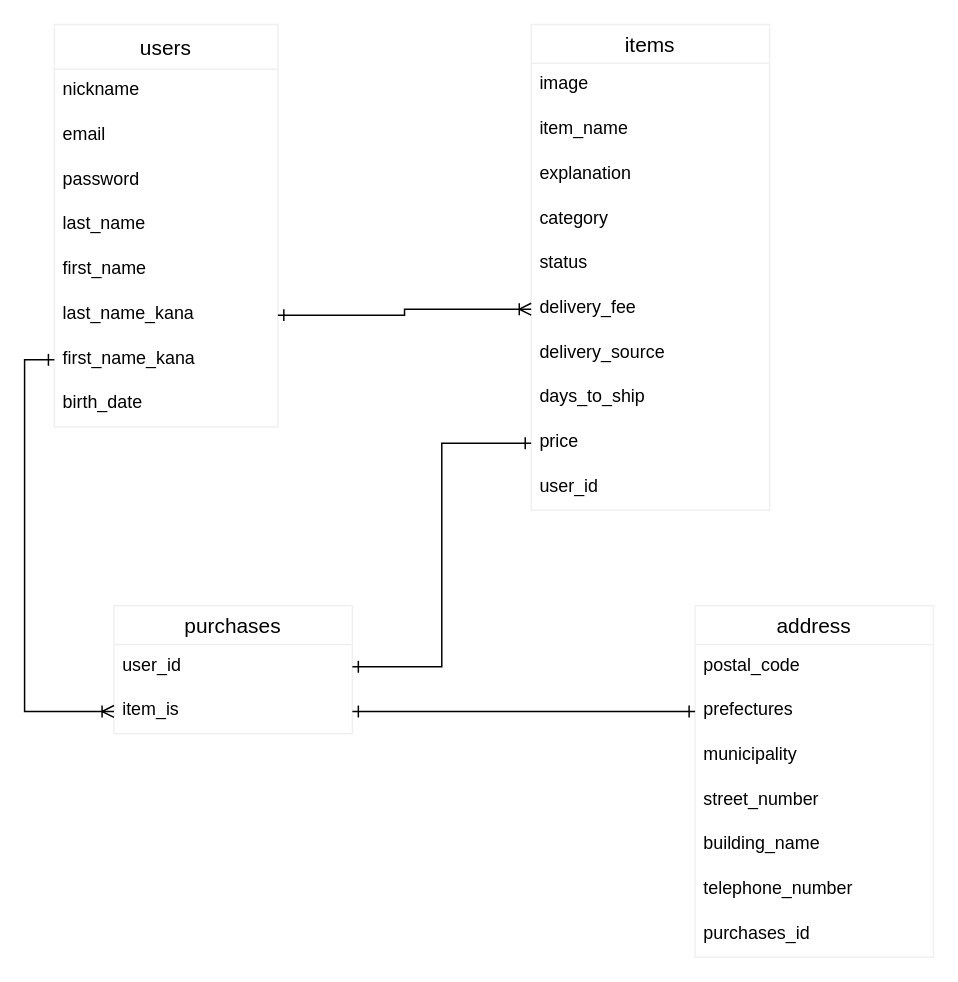
The draw.io diagram furima.dio in fukuda0921/furima-31043, before the edit. Source tidied: cells renumbered, new cells numbered last; positions are measured from the earlier drawing's top-left corner, leaving out a move shared by most shapes. Both pictures are drawn from the tidied source at 149%, with x=0, y=0 at pixel (54, 24).
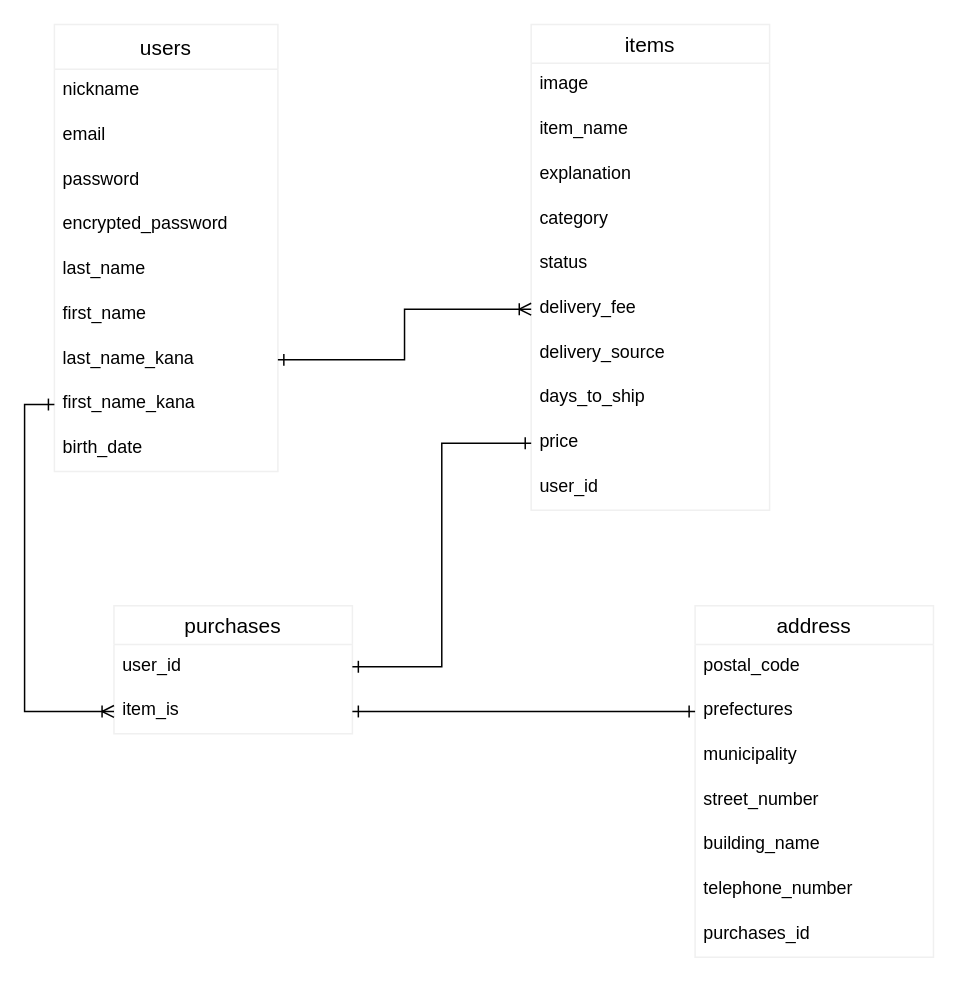
The same page after the edit.

Commit message (it also covers changes not shown here):
データベース設計修正２

The edit, as a diff of the source:
```diff
@@
     <mxCell id="2" value="users" style="swimlane;fontStyle=0;horizontal=1;startSize=30;align=center;fontSize=14;strokeColor=#F0F0F0;" parent="1" vertex="1">
-      <mxGeometry width="150" height="270" as="geometry" />
+      <mxGeometry width="150" height="300" as="geometry" />
     </mxCell>
@@
+    <mxCell id="37" value="encrypted_password" style="text;strokeColor=none;fillColor=none;spacingLeft=4;spacingRight=4;overflow=hidden;fontSize=12;" parent="2" vertex="1">
+      <mxGeometry y="120" width="150" height="30" as="geometry" />
+    </mxCell>
     <mxCell id="6" value="last_name" style="text;strokeColor=none;fillColor=none;spacingLeft=4;spacingRight=4;overflow=hidden;fontSize=12;" parent="2" vertex="1">
-      <mxGeometry y="120" width="150" height="30" as="geometry" />
+      <mxGeometry y="150" width="150" height="30" as="geometry" />
     </mxCell>
     <mxCell id="7" value="first_name" style="text;strokeColor=none;fillColor=none;spacingLeft=4;spacingRight=4;overflow=hidden;fontSize=12;" parent="2" vertex="1">
-      <mxGeometry y="150" width="150" height="30" as="geometry" />
+      <mxGeometry y="180" width="150" height="30" as="geometry" />
     </mxCell>
     <mxCell id="8" value="last_name_kana" style="text;strokeColor=none;fillColor=none;spacingLeft=4;spacingRight=4;overflow=hidden;points=[[0,0.5],[1,0.5]];portConstraint=eastwest;fontSize=12;" parent="2" vertex="1">
-      <mxGeometry y="180" width="150" height="30" as="geometry" />
+      <mxGeometry y="210" width="150" height="30" as="geometry" />
     </mxCell>
     <mxCell id="9" value="first_name_kana" style="text;strokeColor=none;fillColor=none;spacingLeft=4;spacingRight=4;overflow=hidden;points=[[0,0.5],[1,0.5]];portConstraint=eastwest;fontSize=12;" parent="2" vertex="1">
-      <mxGeometry y="210" width="150" height="30" as="geometry" />
+      <mxGeometry y="240" width="150" height="30" as="geometry" />
     </mxCell>
     <mxCell id="10" value="birth_date" style="text;strokeColor=none;fillColor=none;spacingLeft=4;spacingRight=4;overflow=hidden;fontSize=12;" parent="2" vertex="1">
-      <mxGeometry y="240" width="150" height="30" as="geometry" />
+      <mxGeometry y="270" width="150" height="30" as="geometry" />
     </mxCell>
```
